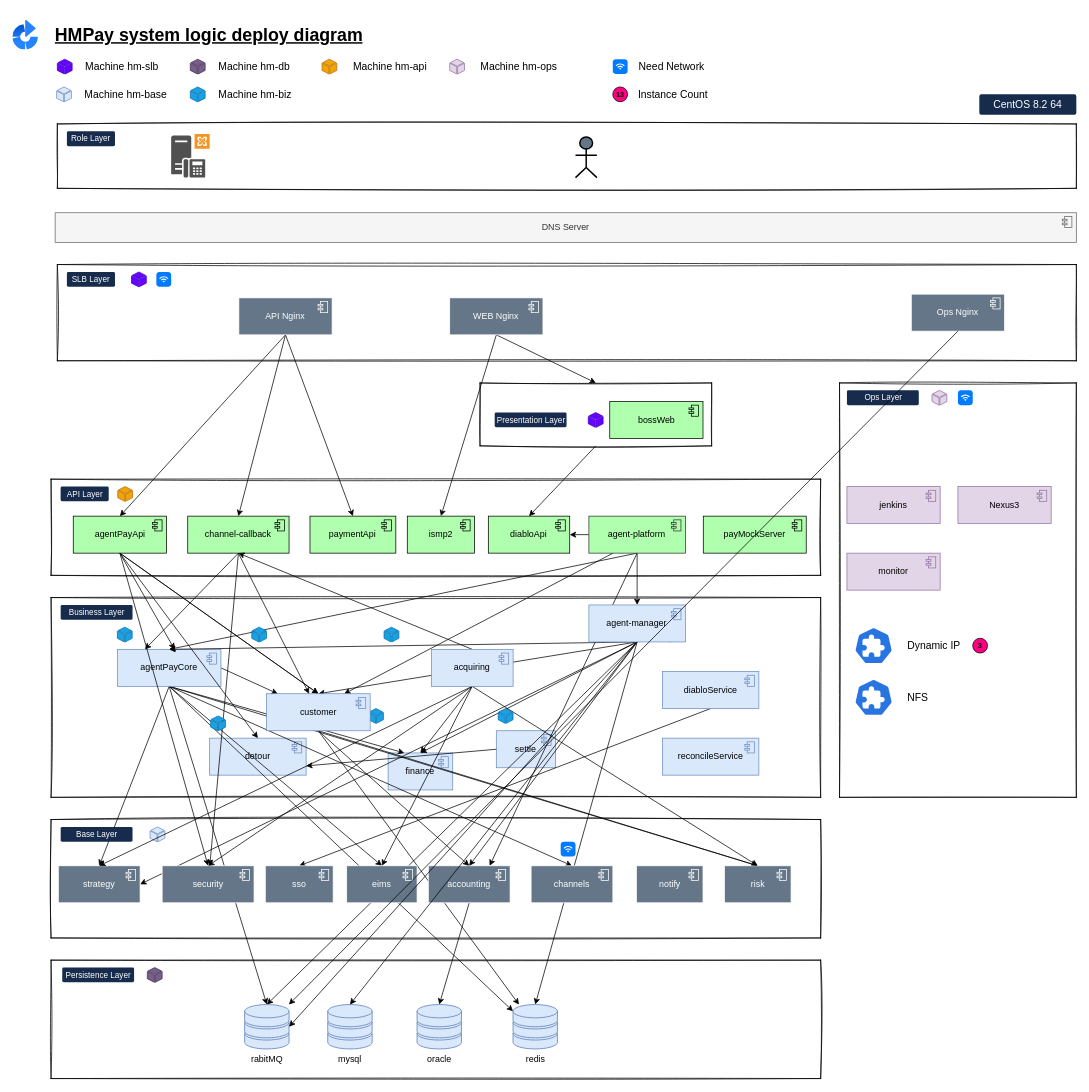
hmpay/devops keeps this draw.io diagram as page "Page-1" (1 of 3) of docs/design.drawio. Above is the earlier version. Source tidied: cells renumbered, new cells numbered last; positions are measured from the earlier drawing's top-left corner, leaving out a move shared by most shapes. Both pictures are drawn from the tidied source at 74%, with x=0, y=0 at pixel (13, 20).
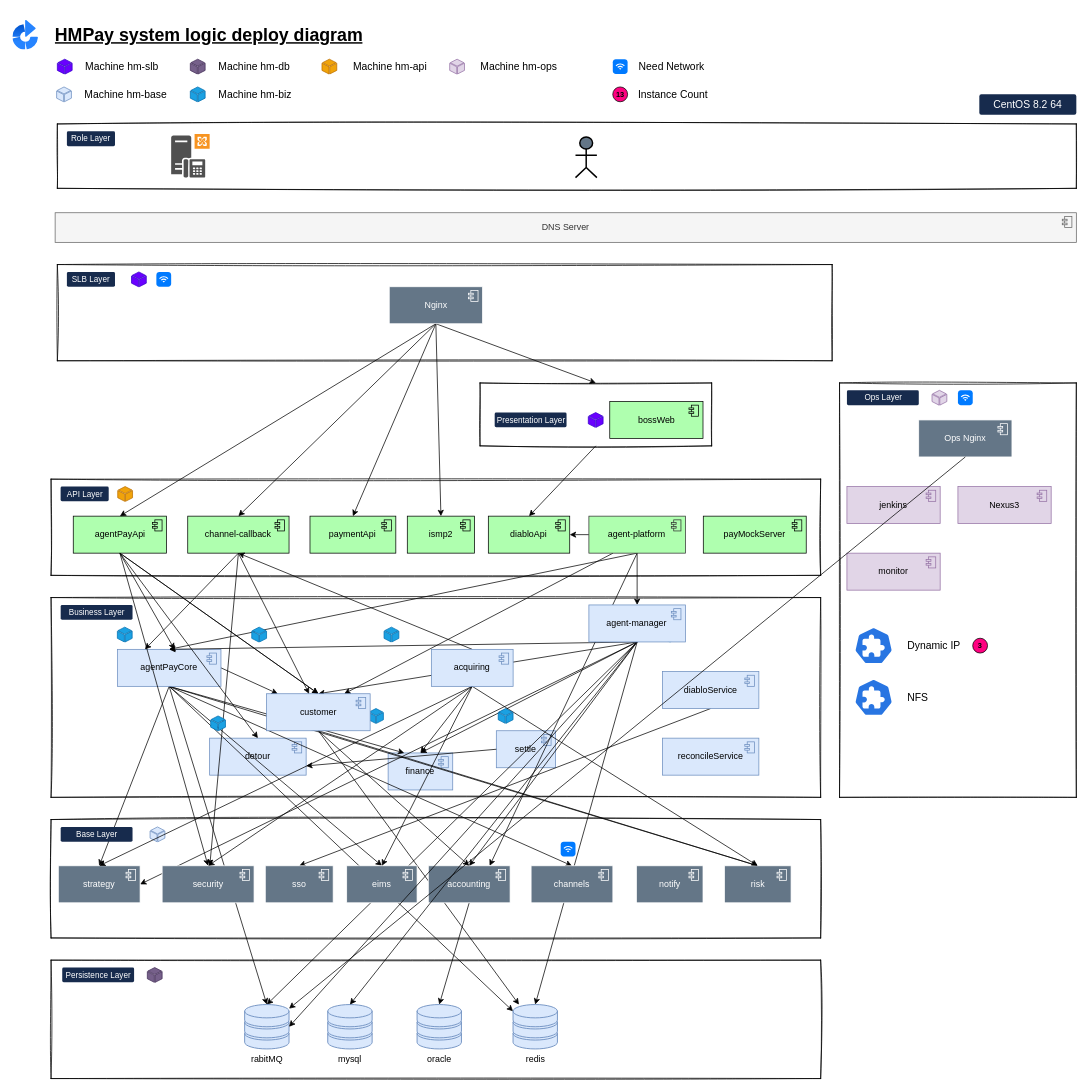
Above is the later version.

The change refers to these unchanged cells:
```xml
<mxCell id="21" style="rounded=0;whiteSpace=wrap;html=1;sketch=1;align=center;fillColor=none;" parent="1" vertex="1">
  <mxGeometry x="631.2" y="490" width="313" height="85" as="geometry" />
</mxCell>
<mxCell id="37" value="ismp2" style="html=1;outlineConnect=0;whiteSpace=wrap;shape=mxgraph.archimate3.application;appType=comp;archiType=square;sketch=0;align=center;fillColor=#AFFFAF;" parent="1" vertex="1">
  <mxGeometry x="532.9" y="670" width="90.9" height="50" as="geometry" />
</mxCell>
```

The edit, as a diff of the source:
```diff
@@
     <mxCell id="16" style="rounded=0;whiteSpace=wrap;html=1;sketch=1;align=center;fillColor=none;" parent="1" vertex="1">
-      <mxGeometry x="60" y="330" width="1377" height="130" as="geometry" />
+      <mxGeometry x="60" y="330" width="1047" height="130" as="geometry" />
     </mxCell>
@@
-    <mxCell id="83" style="edgeStyle=none;rounded=0;jettySize=auto;html=1;exitX=0.5;exitY=1;exitDx=0;exitDy=0;exitPerimeter=0;entryX=0.5;entryY=0;entryDx=0;entryDy=0;fontSize=10;fontColor=#000000;" parent="1" edge="1" source="86" target="21">
+    <mxCell id="83" style="edgeStyle=none;rounded=0;jettySize=auto;html=1;exitX=0.5;exitY=1;exitDx=0;exitDy=0;exitPerimeter=0;entryX=0.5;entryY=0;entryDx=0;entryDy=0;fontSize=10;fontColor=#000000;" parent="1" edge="1" source="90" target="21">
       <mxGeometry relative="1" as="geometry" />
     </mxCell>
-    <mxCell id="84" style="edgeStyle=none;rounded=0;jettySize=auto;html=1;exitX=0.5;exitY=1;exitDx=0;exitDy=0;exitPerimeter=0;entryX=0.5;entryY=0;entryDx=0;entryDy=0;entryPerimeter=0;fontSize=10;fontColor=#000000;" parent="1" edge="1" source="86" target="37">
+    <mxCell id="84" style="edgeStyle=none;rounded=0;jettySize=auto;html=1;exitX=0.5;exitY=1;exitDx=0;exitDy=0;exitPerimeter=0;entryX=0.5;entryY=0;entryDx=0;entryDy=0;entryPerimeter=0;fontSize=10;fontColor=#000000;" parent="1" edge="1" source="90" target="37">
       <mxGeometry relative="1" as="geometry" />
     </mxCell>
@@
-    <mxCell id="86" value="WEB Nginx" style="html=1;outlineConnect=0;whiteSpace=wrap;shape=mxgraph.archimate3.application;appType=comp;archiType=square;sketch=0;align=center;fillColor=#647687;fontColor=#ffffff;strokeColor=#FFFFFF;" parent="1" vertex="1">
-      <mxGeometry x="590.2" y="375" width="126" height="50" as="geometry" />
-    </mxCell>
@@
-    <mxCell id="90" value="API Nginx" style="html=1;outlineConnect=0;whiteSpace=wrap;shape=mxgraph.archimate3.application;appType=comp;archiType=square;sketch=0;align=center;fillColor=#647687;fontColor=#ffffff;strokeColor=#FFFFFF;" parent="1" vertex="1">
-      <mxGeometry x="305.3" y="375" width="126" height="50" as="geometry" />
+    <mxCell id="90" value="Nginx" style="html=1;outlineConnect=0;whiteSpace=wrap;shape=mxgraph.archimate3.application;appType=comp;archiType=square;sketch=0;align=center;fillColor=#647687;fontColor=#ffffff;strokeColor=#FFFFFF;" parent="1" vertex="1">
+      <mxGeometry x="508.5" y="360" width="126" height="50" as="geometry" />
     </mxCell>
@@
     <mxCell id="122" value="Ops Nginx" style="html=1;outlineConnect=0;whiteSpace=wrap;shape=mxgraph.archimate3.application;appType=comp;archiType=square;sketch=0;align=center;fillColor=#647687;fontColor=#ffffff;strokeColor=#FFFFFF;" parent="1" vertex="1">
-      <mxGeometry x="1214" y="370" width="126" height="50" as="geometry" />
+      <mxGeometry x="1224" y="540" width="126" height="50" as="geometry" />
     </mxCell>
```
